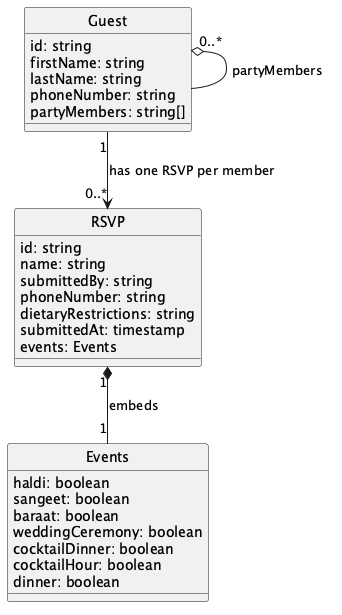
The PlantUML diagram docs/rsvp-data-model.png in Shanav12/Salwan-Bagga-Wedding, before a commit.
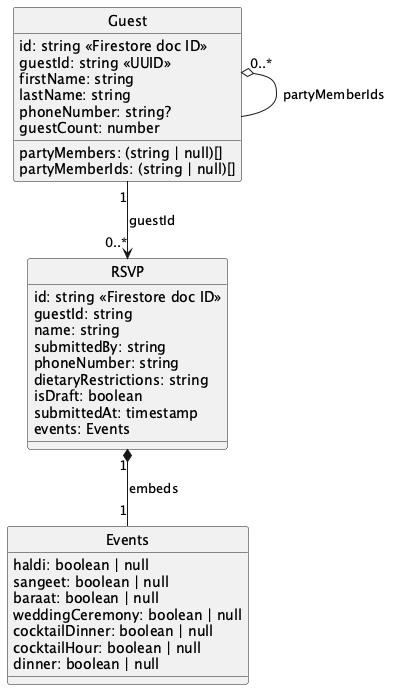
After the change.

Diff of the diagram source:
```diff
@@ -3,35 +3,40 @@
 hide circle
 
 class Guest {
-  id: string
+  id: string <<Firestore doc ID>>
+  guestId: string <<UUID>>
   firstName: string
   lastName: string
-  phoneNumber: string
-  partyMembers: string[]
+  phoneNumber: string?
+  guestCount: number
+  partyMembers: (string | null)[]
+  partyMemberIds: (string | null)[]
 }
 
 class RSVP {
-  id: string
+  id: string <<Firestore doc ID>>
+  guestId: string
   name: string
   submittedBy: string
   phoneNumber: string
   dietaryRestrictions: string
+  isDraft: boolean
   submittedAt: timestamp
   events: Events
 }
 
 class Events {
-  haldi: boolean
-  sangeet: boolean
-  baraat: boolean
-  weddingCeremony: boolean
-  cocktailDinner: boolean
-  cocktailHour: boolean
-  dinner: boolean
+  haldi: boolean | null
+  sangeet: boolean | null
+  baraat: boolean | null
+  weddingCeremony: boolean | null
+  cocktailDinner: boolean | null
+  cocktailHour: boolean | null
+  dinner: boolean | null
 }
 
-Guest "1" --> "0..*" RSVP : has one RSVP per member
-Guest "0..*" o-- Guest : partyMembers
+Guest "1" --> "0..*" RSVP : guestId
+Guest "0..*" o-- Guest : partyMemberIds
 RSVP "1" *-- "1" Events : embeds
 
 @enduml
```
